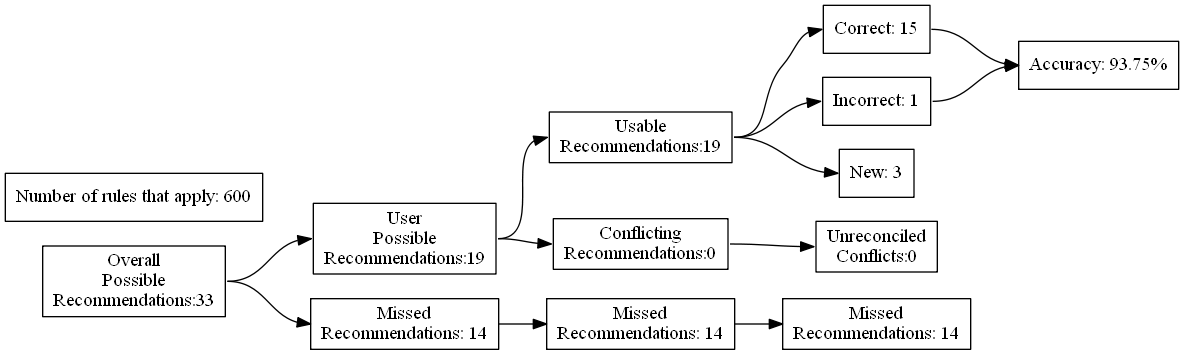
Earlier version of the Graphviz export test_renders/99.gv.png (ZaxR/ibd_diet_analysis). Its source is kept beside it as test_renders/99.gv. Its diagram source:
```dot
digraph {
	graph [rankdir=LR]
	node [pos=r shape=box]
	edge [headport=w tailport=e]
		A [label="Overall
Possible
Recommendations:33"]
		B [label="User
Possible
Recommendations:19"]
		C [label="Missed
Recommendations: 14"]
		D [label="Usable
Recommendations:19"]
		E [label="Conflicting
Recommendations:0"]
		J [label="Missed
Recommendations: 14"]
		M [label="Unreconciled
Conflicts:0"]
		F [label="Correct: 15"]
		G [label="Incorrect: 1"]
		H [label="New: 3"]
		K [label="Missed
Recommendations: 14"]
		I [label="Accuracy: 93.75%"]
		l [label="Number of rules that apply: 600"]
			A -> B
			A -> C
			B -> D
			B -> E
			D -> F
			D -> G
			D -> H
			F -> I
			G -> I
			C -> J
			J -> K
			E -> M
}
```
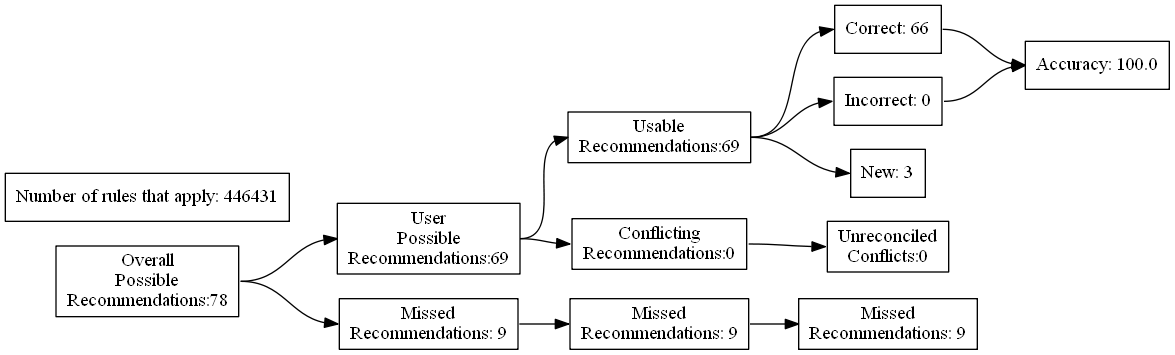
Later version of the same file.

The edit, as a diff of the source:
```diff
@@ -4,27 +4,27 @@
 	edge [headport=w tailport=e]
 		A [label="Overall
 Possible
-Recommendations:33"]
+Recommendations:78"]
 		B [label="User
 Possible
-Recommendations:19"]
+Recommendations:69"]
 		C [label="Missed
-Recommendations: 14"]
+Recommendations: 9"]
 		D [label="Usable
-Recommendations:19"]
+Recommendations:69"]
 		E [label="Conflicting
 Recommendations:0"]
 		J [label="Missed
-Recommendations: 14"]
+Recommendations: 9"]
 		M [label="Unreconciled
 Conflicts:0"]
-		F [label="Correct: 15"]
-		G [label="Incorrect: 1"]
+		F [label="Correct: 66"]
+		G [label="Incorrect: 0"]
 		H [label="New: 3"]
 		K [label="Missed
-Recommendations: 14"]
-		I [label="Accuracy: 93.75%"]
-		l [label="Number of rules that apply: 600"]
+Recommendations: 9"]
+		I [label="Accuracy: 100.0"]
+		l [label="Number of rules that apply: 446431"]
 			A -> B
 			A -> C
 			B -> D
```
